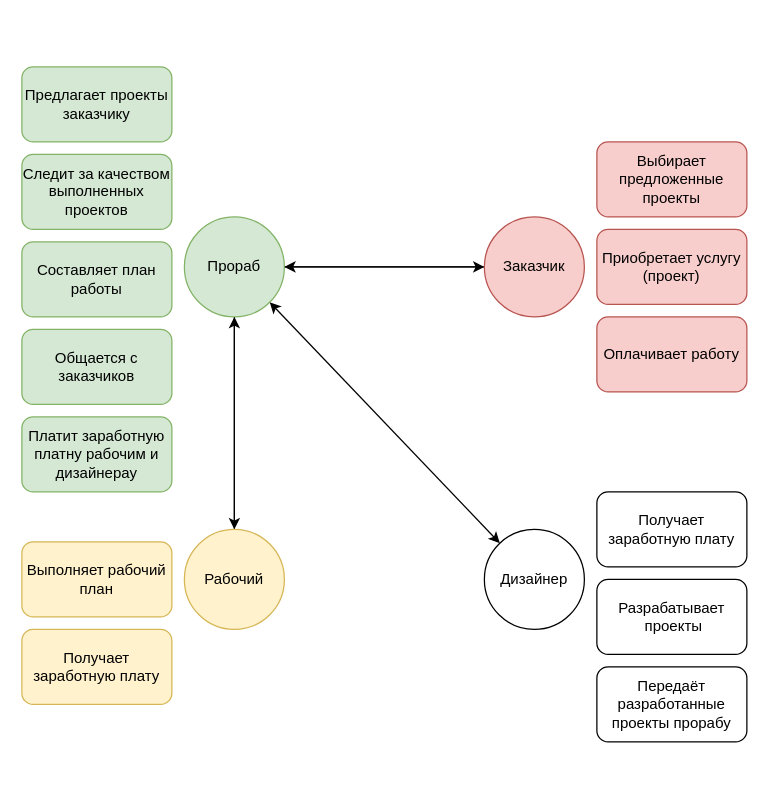
Before: Untitled Diagram.drawio in LeraMrmr/ZiminaLera, a draw.io diagram. Source tidied: cells renumbered, new cells numbered last; positions are measured from the earlier drawing's top-left corner, leaving out a move shared by most shapes. Both pictures are drawn from the tidied source at 125%, with x=0, y=0 at pixel (21, 66).
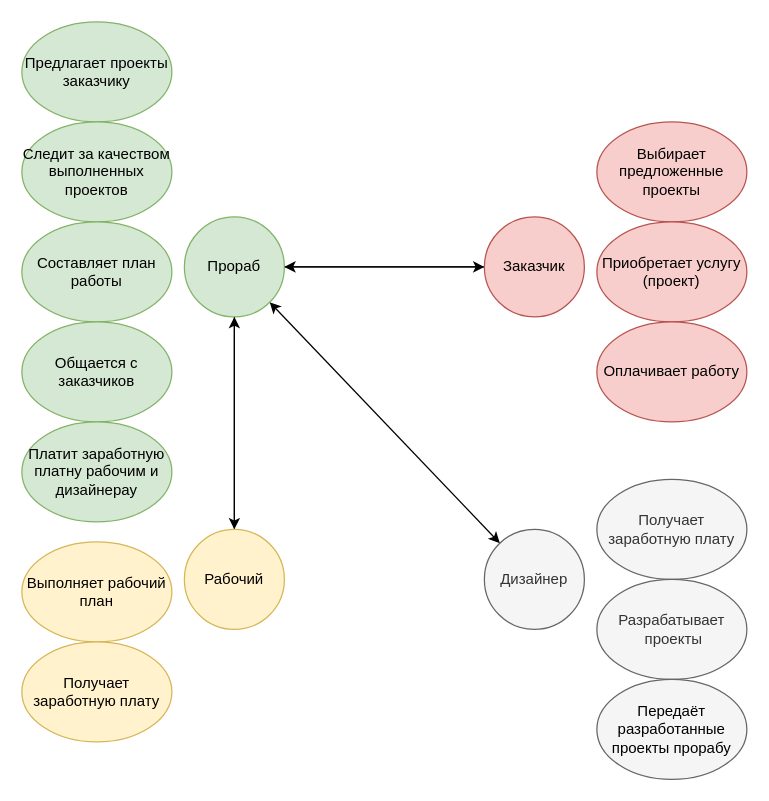
The same diagram, later.

Unchanged cells that the change refers to:
```xml
<mxCell id="4" value="Прораб" style="ellipse;whiteSpace=wrap;html=1;fillColor=#d5e8d4;strokeColor=#82b366;" parent="1" vertex="1">
  <mxGeometry x="130" y="120" width="80" height="80" as="geometry" />
</mxCell>
```

Change to the diagram source:
```diff
@@
-    <mxCell id="9" value="Дизайнер" style="ellipse;whiteSpace=wrap;html=1;" parent="1" vertex="1">
+    <mxCell id="9" value="Дизайнер" style="ellipse;whiteSpace=wrap;html=1;fillColor=#f5f5f5;strokeColor=#666666;fontColor=#333333;" parent="1" vertex="1">
       <mxGeometry x="370" y="370" width="80" height="80" as="geometry" />
     </mxCell>
+    <mxCell id="23" style="endArrow=classic;startArrow=classic;html=1;entryX=1;entryY=1;entryDx=0;entryDy=0;" parent="1" edge="1" source="9" target="4">
+      <mxGeometry relative="1" as="geometry" />
+    </mxCell>
-    <mxCell id="10" value="Предлагает проекты заказчику" style="rounded=1;whiteSpace=wrap;html=1;fillColor=#d5e8d4;strokeColor=#82b366;" parent="1" vertex="1">
-      <mxGeometry width="120" height="60" as="geometry" />
+    <mxCell id="10" value="&lt;span&gt;Предлагает проекты заказчику&lt;/span&gt;" style="ellipse;whiteSpace=wrap;html=1;rounded=1;glass=0;sketch=0;strokeColor=#82b366;fillColor=#d5e8d4;" parent="1" vertex="1">
+      <mxGeometry y="-36" width="120" height="80" as="geometry" />
     </mxCell>
-    <mxCell id="11" value="Следит за качеством выполненных проектов" style="rounded=1;whiteSpace=wrap;html=1;fillColor=#d5e8d4;strokeColor=#82b366;" parent="1" vertex="1">
-      <mxGeometry y="70" width="120" height="60" as="geometry" />
+    <mxCell id="11" value="&lt;span&gt;Следит за качеством выполненных проектов&lt;/span&gt;" style="ellipse;whiteSpace=wrap;html=1;rounded=1;glass=0;sketch=0;strokeColor=#82b366;fillColor=#d5e8d4;" parent="1" vertex="1">
+      <mxGeometry y="44" width="120" height="80" as="geometry" />
     </mxCell>
-    <mxCell id="12" value="Составляет план работы" style="rounded=1;whiteSpace=wrap;html=1;fillColor=#d5e8d4;strokeColor=#82b366;" parent="1" vertex="1">
-      <mxGeometry y="140" width="120" height="60" as="geometry" />
+    <mxCell id="12" value="&lt;span&gt;Составляет план работы&lt;/span&gt;" style="ellipse;whiteSpace=wrap;html=1;rounded=1;glass=0;sketch=0;strokeColor=#82b366;fillColor=#d5e8d4;" parent="1" vertex="1">
+      <mxGeometry y="124" width="120" height="80" as="geometry" />
     </mxCell>
-    <mxCell id="13" value="Общается с заказчиков" style="rounded=1;whiteSpace=wrap;html=1;fillColor=#d5e8d4;strokeColor=#82b366;" parent="1" vertex="1">
-      <mxGeometry y="210" width="120" height="60" as="geometry" />
+    <mxCell id="13" value="&lt;span&gt;Общается с заказчиков&lt;/span&gt;" style="ellipse;whiteSpace=wrap;html=1;rounded=1;glass=0;sketch=0;strokeColor=#82b366;fillColor=#d5e8d4;" parent="1" vertex="1">
+      <mxGeometry y="204" width="120" height="80" as="geometry" />
     </mxCell>
-    <mxCell id="14" value="Платит заработную платну рабочим и дизайнерау" style="rounded=1;whiteSpace=wrap;html=1;fillColor=#d5e8d4;strokeColor=#82b366;" parent="1" vertex="1">
-      <mxGeometry y="280" width="120" height="60" as="geometry" />
+    <mxCell id="14" value="&lt;span&gt;Платит заработную платну рабочим и дизайнерау&lt;/span&gt;" style="ellipse;whiteSpace=wrap;html=1;rounded=1;glass=0;sketch=0;strokeColor=#82b366;fillColor=#d5e8d4;" parent="1" vertex="1">
+      <mxGeometry y="284" width="120" height="80" as="geometry" />
     </mxCell>
-    <mxCell id="15" value="Выполняет рабочий план" style="rounded=1;whiteSpace=wrap;html=1;fillColor=#fff2cc;strokeColor=#d6b656;" parent="1" vertex="1">
-      <mxGeometry y="380" width="120" height="60" as="geometry" />
+    <mxCell id="15" value="&lt;span&gt;Выполняет рабочий план&lt;/span&gt;" style="ellipse;whiteSpace=wrap;html=1;rounded=1;glass=0;sketch=0;strokeColor=#d6b656;fillColor=#fff2cc;" parent="1" vertex="1">
+      <mxGeometry y="380" width="120" height="80" as="geometry" />
     </mxCell>
-    <mxCell id="16" value="Получает заработную плату" style="rounded=1;whiteSpace=wrap;html=1;fillColor=#fff2cc;strokeColor=#d6b656;" parent="1" vertex="1">
-      <mxGeometry y="450" width="120" height="60" as="geometry" />
-    </mxCell>
+    <mxCell id="24" value="&lt;span&gt;Получает заработную плату&lt;/span&gt;" style="ellipse;whiteSpace=wrap;html=1;rounded=1;glass=0;sketch=0;strokeColor=#d6b656;fillColor=#fff2cc;" parent="1" vertex="1">
+      <mxGeometry y="460" width="120" height="80" as="geometry" />
+    </mxCell>
+    <mxCell id="19" value="&lt;span&gt;Выбирает предложенные проекты&lt;/span&gt;" style="ellipse;whiteSpace=wrap;html=1;rounded=1;glass=0;sketch=0;strokeColor=#b85450;fillColor=#f8cecc;" parent="1" vertex="1">
+      <mxGeometry x="460" y="44" width="120" height="80" as="geometry" />
+    </mxCell>
+    <mxCell id="18" value="&lt;span&gt;Приобретает услугу (проект)&lt;/span&gt;" style="ellipse;whiteSpace=wrap;html=1;rounded=1;glass=0;sketch=0;strokeColor=#b85450;fillColor=#f8cecc;" parent="1" vertex="1">
+      <mxGeometry x="460" y="124" width="120" height="80" as="geometry" />
+    </mxCell>
-    <mxCell id="17" value="Оплачивает работу" style="rounded=1;whiteSpace=wrap;html=1;fillColor=#f8cecc;strokeColor=#b85450;" parent="1" vertex="1">
-      <mxGeometry x="460" y="200" width="120" height="60" as="geometry" />
+    <mxCell id="17" value="&lt;span&gt;Оплачивает работу&lt;/span&gt;" style="ellipse;whiteSpace=wrap;html=1;rounded=1;glass=0;sketch=0;strokeColor=#b85450;fillColor=#f8cecc;" parent="1" vertex="1">
+      <mxGeometry x="460" y="204" width="120" height="80" as="geometry" />
     </mxCell>
-    <mxCell id="18" value="Приобретает услугу (проект)" style="rounded=1;whiteSpace=wrap;html=1;fillColor=#f8cecc;strokeColor=#b85450;" parent="1" vertex="1">
-      <mxGeometry x="460" y="130" width="120" height="60" as="geometry" />
-    </mxCell>
-    <mxCell id="19" value="Выбирает предложенные проекты" style="rounded=1;whiteSpace=wrap;html=1;fillColor=#f8cecc;strokeColor=#b85450;" parent="1" vertex="1">
-      <mxGeometry x="460" y="60" width="120" height="60" as="geometry" />
-    </mxCell>
+    <mxCell id="25" value="&lt;span&gt;Получает заработную плату&lt;/span&gt;" style="ellipse;whiteSpace=wrap;html=1;rounded=1;glass=0;sketch=0;fillColor=#f5f5f5;strokeColor=#666666;fontColor=#333333;" parent="1" vertex="1">
+      <mxGeometry x="460" y="330" width="120" height="80" as="geometry" />
+    </mxCell>
+    <mxCell id="21" value="&lt;span&gt;Разрабатывает &amp;nbsp;проекты&lt;/span&gt;" style="ellipse;whiteSpace=wrap;html=1;rounded=1;glass=0;sketch=0;fillColor=#f5f5f5;strokeColor=#666666;fontColor=#333333;" parent="1" vertex="1">
+      <mxGeometry x="460" y="410" width="120" height="80" as="geometry" />
+    </mxCell>
-    <mxCell id="20" value="Передаёт разработанные проекты прорабу" style="rounded=1;whiteSpace=wrap;html=1;" parent="1" vertex="1">
-      <mxGeometry x="460" y="480" width="120" height="60" as="geometry" />
+    <mxCell id="20" value="&lt;span style=&quot;color: rgb(0 , 0 , 0)&quot;&gt;Передаёт разработанные проекты прорабу&lt;/span&gt;" style="ellipse;whiteSpace=wrap;html=1;rounded=1;glass=0;sketch=0;strokeColor=#666666;fillColor=#f5f5f5;fontColor=#333333;" parent="1" vertex="1">
+      <mxGeometry x="460" y="490" width="120" height="80" as="geometry" />
     </mxCell>
-    <mxCell id="21" value="Разрабатывает &amp;nbsp;проекты" style="rounded=1;whiteSpace=wrap;html=1;" parent="1" vertex="1">
-      <mxGeometry x="460" y="410" width="120" height="60" as="geometry" />
-    </mxCell>
-    <mxCell id="22" value="Получает заработную плату" style="rounded=1;whiteSpace=wrap;html=1;" parent="1" vertex="1">
-      <mxGeometry x="460" y="340" width="120" height="60" as="geometry" />
-    </mxCell>
-    <mxCell id="23" style="endArrow=classic;startArrow=classic;html=1;entryX=1;entryY=1;entryDx=0;entryDy=0;" parent="1" edge="1" source="9" target="4">
-      <mxGeometry relative="1" as="geometry" />
-    </mxCell>
```
